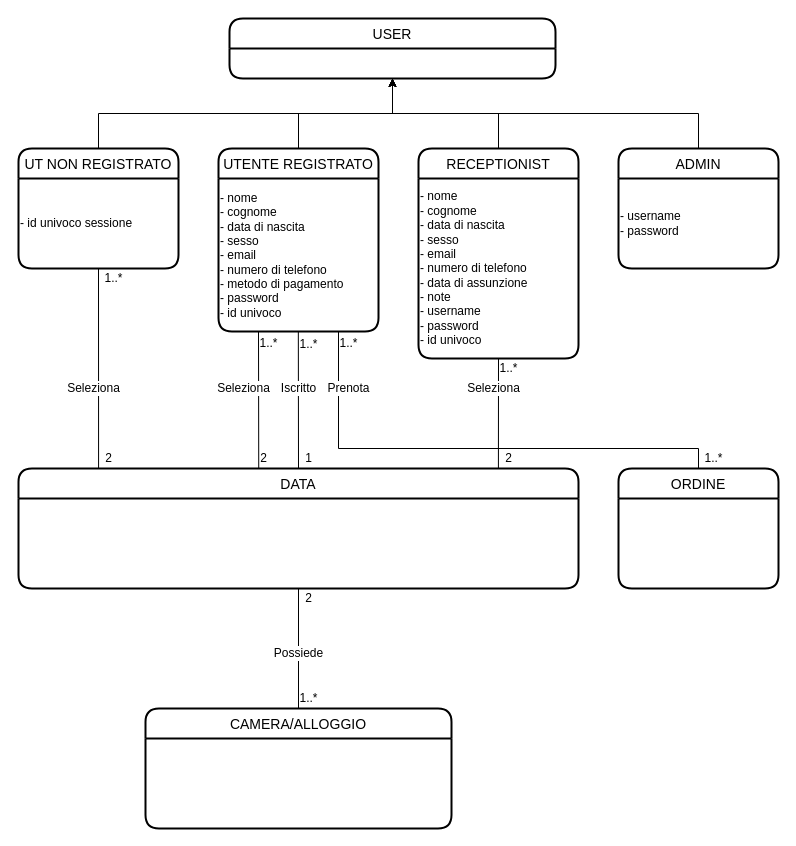
riccardobeniamino/ProgWebGruppo3 keeps this draw.io diagram as Documentazione/ModelloConcettuale.drawio. Above is the earlier version. Source tidied: cells renumbered, new cells numbered last; positions are measured from the earlier drawing's top-left corner, leaving out a move shared by most shapes. Both pictures are drawn from the tidied source at 100%, with x=0, y=0 at pixel (18, 18).
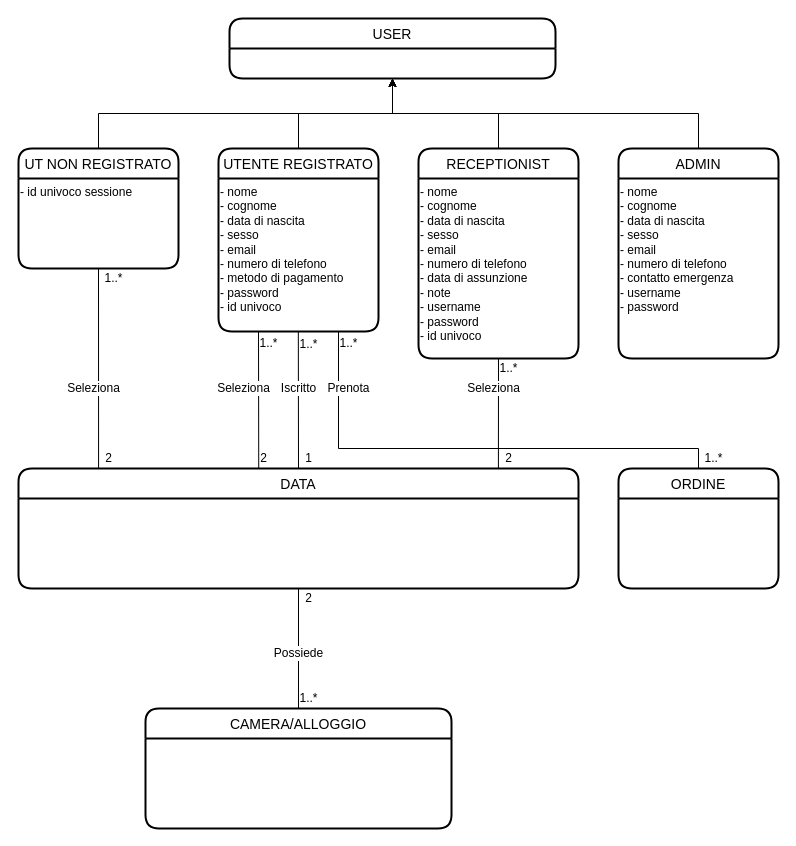
Above is the later version.

Unchanged cells that the change refers to:
```xml
<mxCell id="5" value="UT NON REGISTRATO" style="swimlane;horizontal=1;startSize=30;rounded=1;fontSize=14;fontStyle=0;strokeWidth=2;shadow=0;dashed=0;align=center;gradientColor=none;" parent="1" vertex="1">
  <mxGeometry y="130" width="160" height="120" as="geometry" />
</mxCell>
<mxCell id="10" value="UTENTE REGISTRATO" style="swimlane;horizontal=1;startSize=30;rounded=1;fontSize=14;fontStyle=0;strokeWidth=2;shadow=0;dashed=0;align=center;gradientColor=none;" parent="1" vertex="1">
  <mxGeometry x="200" y="130" width="160" height="183" as="geometry" />
</mxCell>
<mxCell id="14" value="RECEPTIONIST" style="swimlane;horizontal=1;startSize=30;rounded=1;fontSize=14;fontStyle=0;strokeWidth=2;shadow=0;dashed=0;align=center;gradientColor=none;" parent="1" vertex="1">
  <mxGeometry x="400" y="130" width="160" height="210" as="geometry" />
</mxCell>
```

Change to the diagram source:
```diff
@@
-    <mxCell id="6" value="- id univoco sessione" style="text;html=1;align=left;verticalAlign=middle;strokeColor=none;fillColor=none;" parent="5" vertex="1">
+    <mxCell id="6" value="- id univoco sessione" style="text;html=1;align=left;verticalAlign=top;strokeColor=none;fillColor=none;shadow=0;" parent="5" vertex="1">
       <mxGeometry y="30" width="160" height="90" as="geometry" />
     </mxCell>
@@
-    <mxCell id="11" value="&lt;br&gt;- nome&lt;br&gt;- cognome&lt;br&gt;- data di nascita&lt;br&gt;- sesso&lt;br&gt;- email&lt;br&gt;- numero di telefono&lt;br&gt;- metodo di pagamento&lt;br&gt;- password&lt;br&gt;- id univoco&lt;br&gt;&lt;div&gt;&lt;br&gt;&lt;/div&gt;" style="text;html=1;align=left;verticalAlign=middle;points=[];strokeColor=none;fillColor=none;" parent="10" vertex="1">
+    <mxCell id="11" value="- nome&lt;br&gt;- cognome&lt;br&gt;- data di nascita&lt;br&gt;- sesso&lt;br&gt;- email&lt;br&gt;- numero di telefono&lt;br&gt;- metodo di pagamento&lt;br&gt;- password&lt;br&gt;- id univoco&lt;br&gt;&lt;div&gt;&lt;br&gt;&lt;/div&gt;" style="text;html=1;align=left;verticalAlign=top;points=[];strokeColor=none;fillColor=none;" parent="10" vertex="1">
       <mxGeometry y="30" width="160" height="153" as="geometry" />
     </mxCell>
@@
-    <mxCell id="15" value="- nome&lt;br&gt;- cognome&lt;br&gt;- data di nascita&lt;br&gt;- sesso&lt;br&gt;- email&lt;br&gt;- numero di telefono&lt;br&gt;- data di assunzione&lt;br&gt;- note&lt;br&gt;- username&lt;br&gt;- password&lt;br&gt;- id univoco" style="text;html=1;align=left;verticalAlign=middle;strokeColor=none;fillColor=none;" parent="14" vertex="1">
+    <mxCell id="15" value="- nome&lt;br&gt;- cognome&lt;br&gt;- data di nascita&lt;br&gt;- sesso&lt;br&gt;- email&lt;br&gt;- numero di telefono&lt;br&gt;- data di assunzione&lt;br&gt;- note&lt;br&gt;- username&lt;br&gt;- password&lt;br&gt;- id univoco" style="text;html=1;align=left;verticalAlign=top;strokeColor=none;fillColor=none;" parent="14" vertex="1">
       <mxGeometry y="30" width="160" height="180" as="geometry" />
     </mxCell>
@@
     <mxCell id="17" value="ADMIN" style="swimlane;horizontal=1;startSize=30;rounded=1;fontSize=14;fontStyle=0;strokeWidth=2;shadow=0;dashed=0;align=center;gradientColor=none;" parent="1" vertex="1">
-      <mxGeometry x="600" y="130" width="160" height="120" as="geometry" />
+      <mxGeometry x="600" y="130" width="160" height="210" as="geometry" />
     </mxCell>
-    <mxCell id="18" value="- username&lt;br&gt;- password" style="text;html=1;align=left;verticalAlign=middle;strokeColor=none;fillColor=none;" parent="17" vertex="1">
-      <mxGeometry y="30" width="160" height="90" as="geometry" />
+    <mxCell id="18" value="- nome&lt;br&gt;- cognome&lt;br&gt;- data di nascita&lt;br&gt;- sesso&lt;br&gt;- email&lt;br&gt;- numero di telefono&lt;br&gt;- contatto emergenza&lt;br&gt;- username&lt;br&gt;- password" style="text;html=1;align=left;verticalAlign=top;strokeColor=none;fillColor=none;" parent="17" vertex="1">
+      <mxGeometry y="30" width="160" height="180" as="geometry" />
     </mxCell>
```
